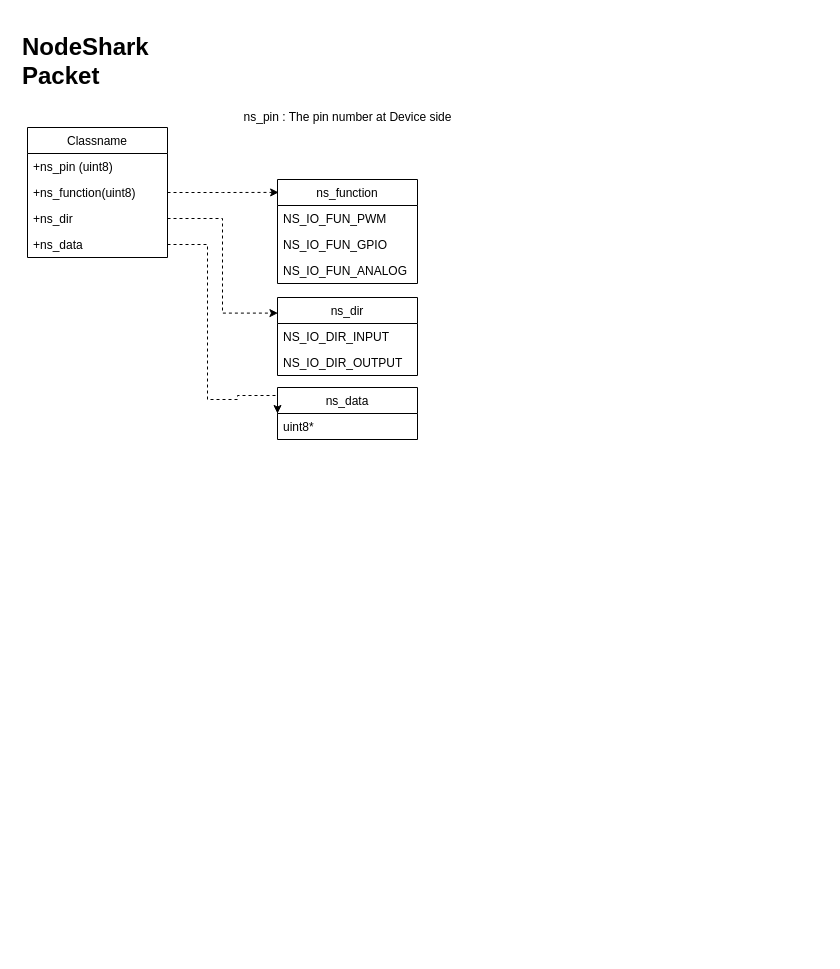
Earlier version of the draw.io diagram page "CDD1" (2 of 4) of Design/NodeShark.drawio (ablinux/NodeShark). Source tidied: cells renumbered, new cells numbered last; positions are measured from the earlier drawing's top-left corner, leaving out a move shared by most shapes. Both pictures are drawn from the tidied source at 100%, with x=0, y=0 at pixel (17, 27).
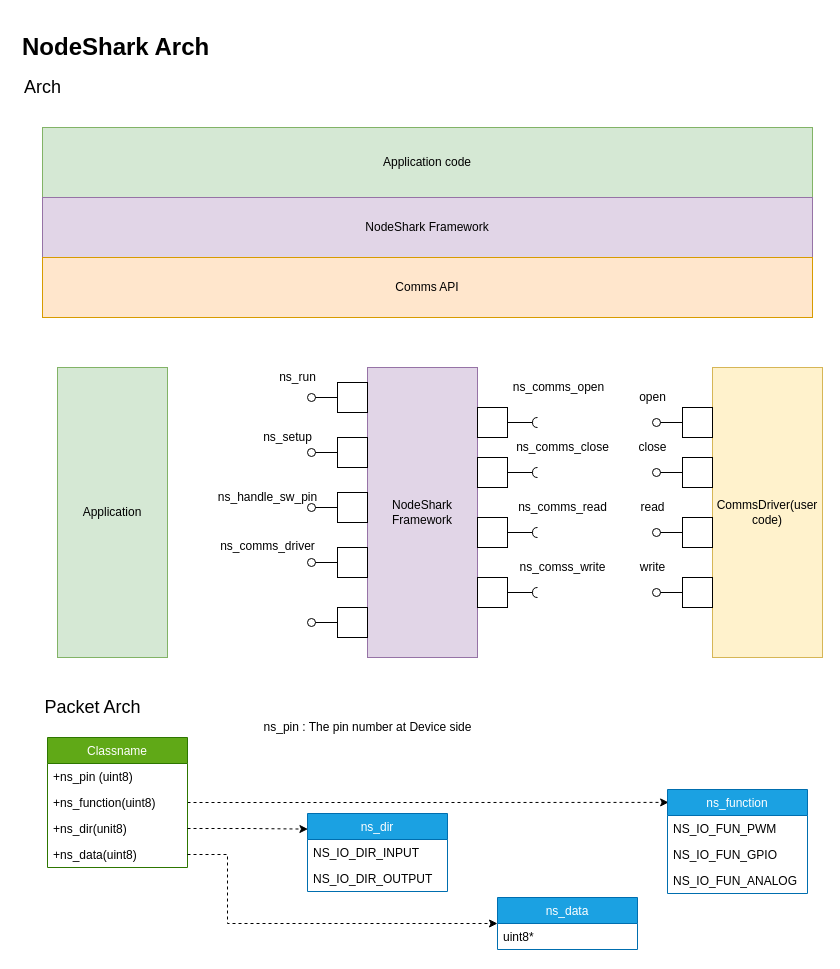
Above is the later version.

What changed in the source:
```diff
@@
-    <mxCell id="2" value="&lt;h1&gt;NodeShark Packet&lt;/h1&gt;" style="text;html=1;strokeColor=none;fillColor=none;spacing=5;spacingTop=-20;whiteSpace=wrap;overflow=hidden;rounded=0;" parent="1" vertex="1">
-      <mxGeometry width="190" height="60" as="geometry" />
+    <mxCell id="2" value="&lt;h1&gt;NodeShark Arch&lt;/h1&gt;" style="text;html=1;strokeColor=none;fillColor=none;spacing=5;spacingTop=-20;whiteSpace=wrap;overflow=hidden;rounded=0;" parent="1" vertex="1">
+      <mxGeometry width="240" height="30" as="geometry" />
     </mxCell>
@@
-    <mxCell id="4" value="Classname" style="swimlane;fontStyle=0;horizontal=1;startSize=26;fillColor=none;" parent="1" vertex="1">
-      <mxGeometry x="10" y="100" width="140" height="130" as="geometry" />
+    <mxCell id="4" value="Classname" style="swimlane;fontStyle=0;horizontal=1;startSize=26;fillColor=#60a917;strokeColor=#2D7600;fontColor=#ffffff;" parent="1" vertex="1">
+      <mxGeometry x="30" y="710" width="140" height="130" as="geometry" />
     </mxCell>
@@
-    <mxCell id="7" value="+ns_dir" style="text;strokeColor=none;fillColor=none;align=left;verticalAlign=top;spacingLeft=4;spacingRight=4;overflow=hidden;points=[[0,0.5],[1,0.5]];portConstraint=eastwest;" parent="4" vertex="1">
+    <mxCell id="7" value="+ns_dir(unit8)" style="text;strokeColor=none;fillColor=none;align=left;verticalAlign=top;spacingLeft=4;spacingRight=4;overflow=hidden;points=[[0,0.5],[1,0.5]];portConstraint=eastwest;" parent="4" vertex="1">
       <mxGeometry y="78" width="140" height="26" as="geometry" />
     </mxCell>
-    <mxCell id="8" value="+ns_data" style="text;strokeColor=none;fillColor=none;align=left;verticalAlign=top;spacingLeft=4;spacingRight=4;overflow=hidden;points=[[0,0.5],[1,0.5]];portConstraint=eastwest;" parent="4" vertex="1">
+    <mxCell id="8" value="+ns_data(uint8)" style="text;strokeColor=none;fillColor=none;align=left;verticalAlign=top;spacingLeft=4;spacingRight=4;overflow=hidden;points=[[0,0.5],[1,0.5]];portConstraint=eastwest;" parent="4" vertex="1">
       <mxGeometry y="104" width="140" height="26" as="geometry" />
     </mxCell>
     <mxCell id="9" value="ns_pin : The pin number at Device side" style="text;html=1;align=center;verticalAlign=middle;" parent="1" vertex="1">
-      <mxGeometry x="220" y="80" width="220" height="20" as="geometry" />
+      <mxGeometry x="240" y="690" width="220" height="20" as="geometry" />
     </mxCell>
-    <mxCell id="10" value="ns_function" style="swimlane;fontStyle=0;horizontal=1;startSize=26;fillColor=none;" parent="1" vertex="1">
-      <mxGeometry x="260" y="152" width="140" height="104" as="geometry" />
+    <mxCell id="10" value="ns_function" style="swimlane;fontStyle=0;horizontal=1;startSize=26;fillColor=#1ba1e2;strokeColor=#006EAF;fontColor=#ffffff;" parent="1" vertex="1">
+      <mxGeometry x="650" y="762" width="140" height="104" as="geometry" />
     </mxCell>
@@
-    <mxCell id="14" value="ns_dir" style="swimlane;fontStyle=0;horizontal=1;startSize=26;fillColor=none;" parent="1" vertex="1">
-      <mxGeometry x="260" y="270" width="140" height="78" as="geometry" />
+    <mxCell id="14" value="ns_dir" style="swimlane;fontStyle=0;horizontal=1;startSize=26;fillColor=#1ba1e2;strokeColor=#006EAF;fontColor=#ffffff;" parent="1" vertex="1">
+      <mxGeometry x="290" y="786" width="140" height="78" as="geometry" />
     </mxCell>
@@
-    <mxCell id="18" value="ns_data" style="swimlane;fontStyle=0;horizontal=1;startSize=26;fillColor=none;" parent="1" vertex="1">
-      <mxGeometry x="260" y="360" width="140" height="52" as="geometry" />
+    <mxCell id="18" value="ns_data" style="swimlane;fontStyle=0;horizontal=1;startSize=26;fillColor=#1ba1e2;strokeColor=#006EAF;fontColor=#ffffff;" parent="1" vertex="1">
+      <mxGeometry x="480" y="870" width="140" height="52" as="geometry" />
     </mxCell>
@@
     <mxCell id="20" style="edgeStyle=orthogonalEdgeStyle;rounded=0;jettySize=auto;html=1;exitX=1;exitY=0.5;exitDx=0;exitDy=0;dashed=1;strokeColor=#000000;entryX=0;entryY=0.5;entryDx=0;entryDy=0;" parent="1" edge="1" source="8" target="18">
       <mxGeometry relative="1" as="geometry">
         <Array as="points">
-          <mxPoint x="190" y="217" />
-          <mxPoint x="190" y="372" />
-          <mxPoint x="220" y="372" />
-          <mxPoint x="220" y="368" />
-          <mxPoint x="260" y="368" />
+          <mxPoint x="210" y="827" />
+          <mxPoint x="210" y="896" />
         </Array>
       </mxGeometry>
     </mxCell>
+    <mxCell id="21" style="rounded=0;whiteSpace=wrap;html=1;" parent="1" vertex="1">
+      <mxGeometry x="25" y="100" width="770" height="190" as="geometry" />
+    </mxCell>
+    <mxCell id="22" value="Application code" style="rounded=0;whiteSpace=wrap;html=1;fillColor=#d5e8d4;strokeColor=#82b366;" parent="1" vertex="1">
+      <mxGeometry x="25" y="100" width="770" height="70" as="geometry" />
+    </mxCell>
+    <mxCell id="23" value="NodeShark Framework" style="rounded=0;whiteSpace=wrap;html=1;fillColor=#e1d5e7;strokeColor=#9673a6;" parent="1" vertex="1">
+      <mxGeometry x="25" y="170" width="770" height="60" as="geometry" />
+    </mxCell>
+    <mxCell id="24" value="Comms API" style="rounded=0;whiteSpace=wrap;html=1;fillColor=#ffe6cc;strokeColor=#d79b00;" parent="1" vertex="1">
+      <mxGeometry x="25" y="230" width="770" height="60" as="geometry" />
+    </mxCell>
+    <mxCell id="25" value="NodeShark Framework" style="rounded=0;whiteSpace=wrap;html=1;fillColor=#e1d5e7;strokeColor=#9673a6;" parent="1" vertex="1">
+      <mxGeometry x="350" y="340" width="110" height="290" as="geometry" />
+    </mxCell>
+    <mxCell id="26" style="html=1;rounded=0;" parent="1" vertex="1">
+      <mxGeometry x="460" y="380" width="30" height="30" as="geometry" />
+    </mxCell>
+    <mxCell id="27" style="endArrow=none;html=1;rounded=0;align=center;verticalAlign=top;endFill=0;labelBackgroundColor=none;endSize=2;" parent="1" edge="1" source="26" target="28">
+      <mxGeometry relative="1" as="geometry" />
+    </mxCell>
+    <mxCell id="28" style="shape=requiredInterface;html=1;fontSize=11;align=center;fillColor=none;points=[];verticalAlign=bottom;labelPosition=center;verticalLabelPosition=top;flipH=1;" parent="1" vertex="1">
+      <mxGeometry x="515" y="390" width="5" height="10" as="geometry" />
+    </mxCell>
+    <mxCell id="29" style="html=1;rounded=0;" parent="1" vertex="1">
+      <mxGeometry x="460" y="430" width="30" height="30" as="geometry" />
+    </mxCell>
+    <mxCell id="30" style="endArrow=none;html=1;rounded=0;align=center;verticalAlign=top;endFill=0;labelBackgroundColor=none;endSize=2;" parent="1" edge="1" source="29" target="31">
+      <mxGeometry relative="1" as="geometry" />
+    </mxCell>
+    <mxCell id="31" style="shape=requiredInterface;html=1;fontSize=11;align=center;fillColor=none;points=[];verticalAlign=bottom;labelPosition=center;verticalLabelPosition=top;flipH=1;" parent="1" vertex="1">
+      <mxGeometry x="515" y="440" width="5" height="10" as="geometry" />
+    </mxCell>
+    <mxCell id="32" style="html=1;rounded=0;" parent="1" vertex="1">
+      <mxGeometry x="460" y="490" width="30" height="30" as="geometry" />
+    </mxCell>
+    <mxCell id="33" style="endArrow=none;html=1;rounded=0;align=center;verticalAlign=top;endFill=0;labelBackgroundColor=none;endSize=2;" parent="1" edge="1" source="32" target="34">
+      <mxGeometry relative="1" as="geometry" />
+    </mxCell>
+    <mxCell id="34" style="shape=requiredInterface;html=1;fontSize=11;align=center;fillColor=none;points=[];verticalAlign=bottom;labelPosition=center;verticalLabelPosition=top;flipH=1;" parent="1" vertex="1">
+      <mxGeometry x="515" y="500" width="5" height="10" as="geometry" />
+    </mxCell>
+    <mxCell id="35" style="html=1;rounded=0;" parent="1" vertex="1">
+      <mxGeometry x="460" y="550" width="30" height="30" as="geometry" />
+    </mxCell>
+    <mxCell id="36" style="endArrow=none;html=1;rounded=0;align=center;verticalAlign=top;endFill=0;labelBackgroundColor=none;endSize=2;" parent="1" edge="1" source="35" target="37">
+      <mxGeometry relative="1" as="geometry" />
+    </mxCell>
+    <mxCell id="37" style="shape=requiredInterface;html=1;fontSize=11;align=center;fillColor=none;points=[];verticalAlign=bottom;labelPosition=center;verticalLabelPosition=top;flipH=1;" parent="1" vertex="1">
+      <mxGeometry x="515" y="560" width="5" height="10" as="geometry" />
+    </mxCell>
+    <mxCell id="38" value="CommsDriver(user code)" style="rounded=0;whiteSpace=wrap;html=1;fillColor=#fff2cc;strokeColor=#d6b656;" parent="1" vertex="1">
+      <mxGeometry x="695" y="340" width="110" height="290" as="geometry" />
+    </mxCell>
+    <mxCell id="39" style="html=1;rounded=0;" parent="1" vertex="1">
+      <mxGeometry x="665" y="380" width="30" height="30" as="geometry" />
+    </mxCell>
+    <mxCell id="40" style="endArrow=none;html=1;rounded=0;align=center;verticalAlign=top;endFill=0;labelBackgroundColor=none;endSize=2;" parent="1" edge="1" source="39" target="41">
+      <mxGeometry relative="1" as="geometry" />
+    </mxCell>
+    <mxCell id="41" style="ellipse;html=1;fontSize=11;align=center;fillColor=none;points=[];verticalAlign=bottom;labelPosition=center;verticalLabelPosition=top;flipH=1;" parent="1" vertex="1">
+      <mxGeometry x="635" y="391" width="8" height="8" as="geometry" />
+    </mxCell>
+    <mxCell id="42" style="html=1;rounded=0;" parent="1" vertex="1">
+      <mxGeometry x="665" y="430" width="30" height="30" as="geometry" />
+    </mxCell>
+    <mxCell id="43" style="endArrow=none;html=1;rounded=0;align=center;verticalAlign=top;endFill=0;labelBackgroundColor=none;endSize=2;" parent="1" edge="1" source="42" target="44">
+      <mxGeometry relative="1" as="geometry" />
+    </mxCell>
+    <mxCell id="44" style="ellipse;html=1;fontSize=11;align=center;fillColor=none;points=[];verticalAlign=bottom;labelPosition=center;verticalLabelPosition=top;flipH=1;" parent="1" vertex="1">
+      <mxGeometry x="635" y="441" width="8" height="8" as="geometry" />
+    </mxCell>
+    <mxCell id="45" style="html=1;rounded=0;" parent="1" vertex="1">
+      <mxGeometry x="665" y="490" width="30" height="30" as="geometry" />
+    </mxCell>
+    <mxCell id="46" style="endArrow=none;html=1;rounded=0;align=center;verticalAlign=top;endFill=0;labelBackgroundColor=none;endSize=2;" parent="1" edge="1" source="45" target="47">
+      <mxGeometry relative="1" as="geometry" />
+    </mxCell>
+    <mxCell id="47" style="ellipse;html=1;fontSize=11;align=center;fillColor=none;points=[];verticalAlign=bottom;labelPosition=center;verticalLabelPosition=top;flipH=1;" parent="1" vertex="1">
+      <mxGeometry x="635" y="501" width="8" height="8" as="geometry" />
+    </mxCell>
+    <mxCell id="48" style="html=1;rounded=0;" parent="1" vertex="1">
+      <mxGeometry x="665" y="550" width="30" height="30" as="geometry" />
+    </mxCell>
+    <mxCell id="49" style="endArrow=none;html=1;rounded=0;align=center;verticalAlign=top;endFill=0;labelBackgroundColor=none;endSize=2;" parent="1" edge="1" source="48" target="50">
+      <mxGeometry relative="1" as="geometry" />
+    </mxCell>
+    <mxCell id="50" style="ellipse;html=1;fontSize=11;align=center;fillColor=none;points=[];verticalAlign=bottom;labelPosition=center;verticalLabelPosition=top;flipH=1;" parent="1" vertex="1">
+      <mxGeometry x="635" y="561" width="8" height="8" as="geometry" />
+    </mxCell>
+    <mxCell id="51" value="ns_comms_open" style="text;html=1;align=center;verticalAlign=middle;" parent="1" vertex="1">
+      <mxGeometry x="486" y="350" width="110" height="20" as="geometry" />
+    </mxCell>
+    <mxCell id="52" value="ns_comms_close" style="text;html=1;align=center;verticalAlign=middle;" parent="1" vertex="1">
+      <mxGeometry x="490" y="410" width="110" height="20" as="geometry" />
+    </mxCell>
+    <mxCell id="53" value="ns_comms_read" style="text;html=1;align=center;verticalAlign=middle;" parent="1" vertex="1">
+      <mxGeometry x="495" y="470" width="100" height="20" as="geometry" />
+    </mxCell>
+    <mxCell id="54" value="ns_comss_write" style="text;html=1;align=center;verticalAlign=middle;" parent="1" vertex="1">
+      <mxGeometry x="495" y="530" width="100" height="20" as="geometry" />
+    </mxCell>
+    <mxCell id="55" value="open" style="text;html=1;align=center;verticalAlign=middle;" parent="1" vertex="1">
+      <mxGeometry x="615" y="360" width="40" height="20" as="geometry" />
+    </mxCell>
+    <mxCell id="56" value="close" style="text;html=1;align=center;verticalAlign=middle;" parent="1" vertex="1">
+      <mxGeometry x="615" y="410" width="40" height="20" as="geometry" />
+    </mxCell>
+    <mxCell id="57" value="read" style="text;html=1;align=center;verticalAlign=middle;" parent="1" vertex="1">
+      <mxGeometry x="615" y="470" width="40" height="20" as="geometry" />
+    </mxCell>
+    <mxCell id="58" value="write" style="text;html=1;align=center;verticalAlign=middle;" parent="1" vertex="1">
+      <mxGeometry x="615" y="530" width="40" height="20" as="geometry" />
+    </mxCell>
+    <mxCell id="59" value="&lt;font style=&quot;font-size: 18px&quot;&gt;Arch&lt;/font&gt;" style="text;html=1;align=center;verticalAlign=middle;" parent="1" vertex="1">
+      <mxGeometry y="50" width="50" height="20" as="geometry" />
+    </mxCell>
+    <mxCell id="60" value="&lt;font style=&quot;font-size: 18px&quot;&gt;Packet Arch&lt;/font&gt;" style="text;html=1;align=center;verticalAlign=middle;" parent="1" vertex="1">
+      <mxGeometry x="20" y="670" width="110" height="20" as="geometry" />
+    </mxCell>
+    <mxCell id="61" value="Application" style="rounded=0;whiteSpace=wrap;html=1;fillColor=#d5e8d4;strokeColor=#82b366;" parent="1" vertex="1">
+      <mxGeometry x="40" y="340" width="110" height="290" as="geometry" />
+    </mxCell>
+    <mxCell id="62" style="html=1;rounded=0;" parent="1" vertex="1">
+      <mxGeometry x="320" y="355" width="30" height="30" as="geometry" />
+    </mxCell>
+    <mxCell id="63" style="endArrow=none;html=1;rounded=0;align=center;verticalAlign=top;endFill=0;labelBackgroundColor=none;endSize=2;" parent="1" edge="1" source="62" target="64">
+      <mxGeometry relative="1" as="geometry" />
+    </mxCell>
+    <mxCell id="64" style="ellipse;html=1;fontSize=11;align=center;fillColor=none;points=[];verticalAlign=bottom;labelPosition=center;verticalLabelPosition=top;flipH=1;" parent="1" vertex="1">
+      <mxGeometry x="290" y="366" width="8" height="8" as="geometry" />
+    </mxCell>
+    <mxCell id="65" style="html=1;rounded=0;" parent="1" vertex="1">
+      <mxGeometry x="320" y="410" width="30" height="30" as="geometry" />
+    </mxCell>
+    <mxCell id="66" style="endArrow=none;html=1;rounded=0;align=center;verticalAlign=top;endFill=0;labelBackgroundColor=none;endSize=2;" parent="1" edge="1" source="65" target="67">
+      <mxGeometry relative="1" as="geometry" />
+    </mxCell>
+    <mxCell id="67" style="ellipse;html=1;fontSize=11;align=center;fillColor=none;points=[];verticalAlign=bottom;labelPosition=center;verticalLabelPosition=top;flipH=1;" parent="1" vertex="1">
+      <mxGeometry x="290" y="421" width="8" height="8" as="geometry" />
+    </mxCell>
+    <mxCell id="68" style="html=1;rounded=0;" parent="1" vertex="1">
+      <mxGeometry x="320" y="465" width="30" height="30" as="geometry" />
+    </mxCell>
+    <mxCell id="69" style="endArrow=none;html=1;rounded=0;align=center;verticalAlign=top;endFill=0;labelBackgroundColor=none;endSize=2;" parent="1" edge="1" source="68" target="70">
+      <mxGeometry relative="1" as="geometry" />
+    </mxCell>
+    <mxCell id="70" style="ellipse;html=1;fontSize=11;align=center;fillColor=none;points=[];verticalAlign=bottom;labelPosition=center;verticalLabelPosition=top;flipH=1;" parent="1" vertex="1">
+      <mxGeometry x="290" y="476" width="8" height="8" as="geometry" />
+    </mxCell>
+    <mxCell id="71" style="html=1;rounded=0;" parent="1" vertex="1">
+      <mxGeometry x="320" y="520" width="30" height="30" as="geometry" />
+    </mxCell>
+    <mxCell id="72" style="endArrow=none;html=1;rounded=0;align=center;verticalAlign=top;endFill=0;labelBackgroundColor=none;endSize=2;" parent="1" edge="1" source="71" target="73">
+      <mxGeometry relative="1" as="geometry" />
+    </mxCell>
+    <mxCell id="73" style="ellipse;html=1;fontSize=11;align=center;fillColor=none;points=[];verticalAlign=bottom;labelPosition=center;verticalLabelPosition=top;flipH=1;" parent="1" vertex="1">
+      <mxGeometry x="290" y="531" width="8" height="8" as="geometry" />
+    </mxCell>
+    <mxCell id="74" style="html=1;rounded=0;" parent="1" vertex="1">
+      <mxGeometry x="320" y="580" width="30" height="30" as="geometry" />
+    </mxCell>
+    <mxCell id="75" style="endArrow=none;html=1;rounded=0;align=center;verticalAlign=top;endFill=0;labelBackgroundColor=none;endSize=2;" parent="1" edge="1" source="74" target="76">
+      <mxGeometry relative="1" as="geometry" />
+    </mxCell>
+    <mxCell id="76" style="ellipse;html=1;fontSize=11;align=center;fillColor=none;points=[];verticalAlign=bottom;labelPosition=center;verticalLabelPosition=top;flipH=1;" parent="1" vertex="1">
+      <mxGeometry x="290" y="591" width="8" height="8" as="geometry" />
+    </mxCell>
+    <mxCell id="77" value="ns_run" style="text;html=1;align=center;verticalAlign=middle;" parent="1" vertex="1">
+      <mxGeometry x="255" y="340" width="50" height="20" as="geometry" />
+    </mxCell>
+    <mxCell id="78" value="ns_setup" style="text;html=1;align=center;verticalAlign=middle;" parent="1" vertex="1">
+      <mxGeometry x="240" y="400" width="60" height="20" as="geometry" />
+    </mxCell>
+    <mxCell id="79" value="ns_handle_sw_pin" style="text;html=1;align=center;verticalAlign=middle;" parent="1" vertex="1">
+      <mxGeometry x="195" y="460" width="110" height="20" as="geometry" />
+    </mxCell>
+    <mxCell id="80" value="ns_comms_driver" style="text;html=1;align=center;verticalAlign=middle;" parent="1" vertex="1">
+      <mxGeometry x="195" y="509" width="110" height="20" as="geometry" />
+    </mxCell>
```
